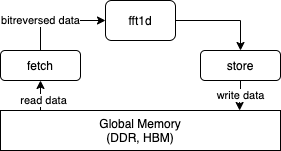
Earlier version of the draw.io export docs/source/FFT/kernel_data_flow.drawio.png (pc2/HPCC_FPGA). Source tidied: cells renumbered, new cells last; positions are measured from the earlier drawing's top-left corner, leaving out a move shared by most shapes.
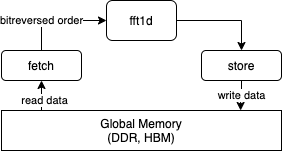
After the commit.

Diff of the diagram source:
```diff
@@ -5,7 +5,7 @@
     <mxCell id="2" value="Global Memory&lt;br&gt;(DDR, HBM)" style="rounded=0;whiteSpace=wrap;html=1;" parent="1" vertex="1">
       <mxGeometry y="110" width="280" height="40" as="geometry" />
     </mxCell>
-    <mxCell id="3" value="bitreversed data" style="edgeStyle=orthogonalEdgeStyle;rounded=0;jettySize=auto;html=1;exitX=0.5;exitY=0;exitDx=0;exitDy=0;entryX=0;entryY=0.5;entryDx=0;entryDy=0;" parent="1" edge="1" source="4" target="7">
+    <mxCell id="3" value="bitreversed order" style="edgeStyle=orthogonalEdgeStyle;rounded=0;jettySize=auto;html=1;exitX=0.5;exitY=0;exitDx=0;exitDy=0;entryX=0;entryY=0.5;entryDx=0;entryDy=0;" parent="1" edge="1" source="4" target="7">
       <mxGeometry x="-0.37" relative="1" as="geometry" />
     </mxCell>
     <mxCell id="4" value="fetch" style="rounded=1;whiteSpace=wrap;html=1;" parent="1" vertex="1">
```
